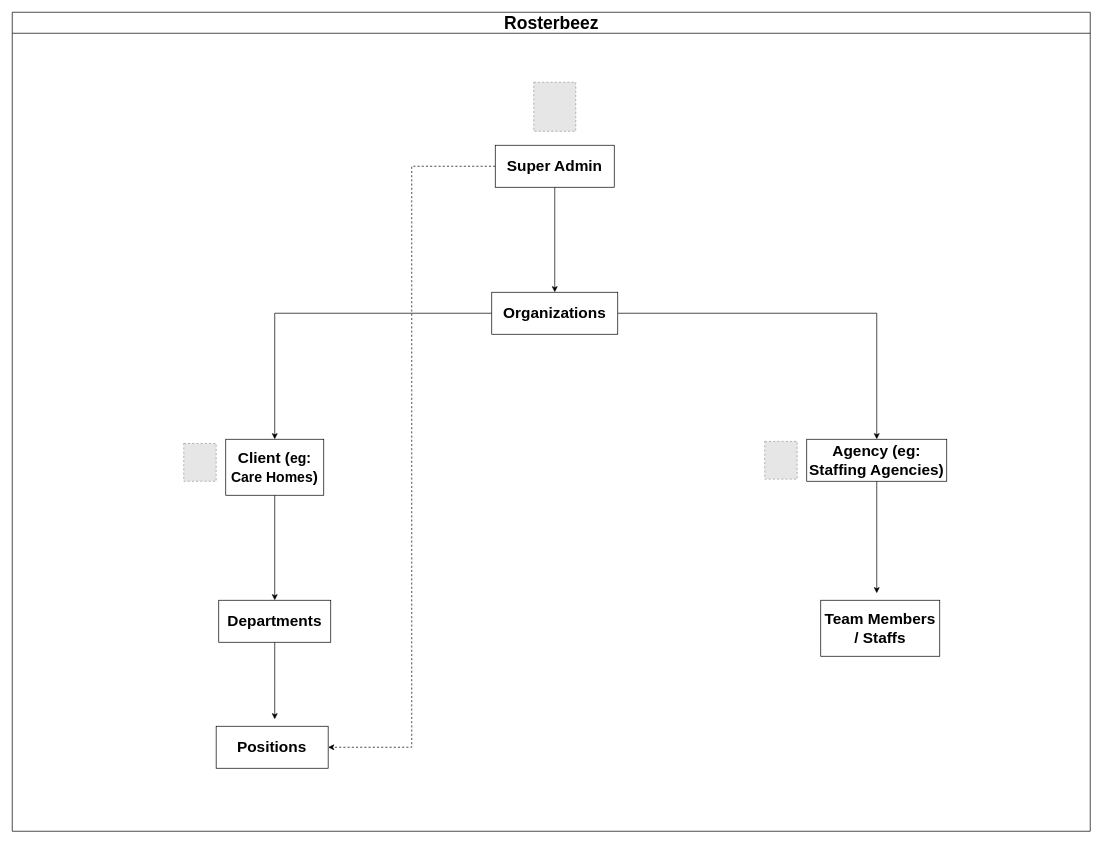
Above: page "Page-1" (1 of 2) of Rosterbeez.drawio in sachinjoseph26/diagrams (draw.io), before the change. Source tidied: cells renumbered, new cells numbered last; positions are measured from the earlier drawing's top-left corner, leaving out a move shared by most shapes. Both pictures are drawn from the tidied source at 70%, with x=0, y=0 at pixel (12, 12). Pictures stored in the file or linked from it are replaced by grey dashed boxes.
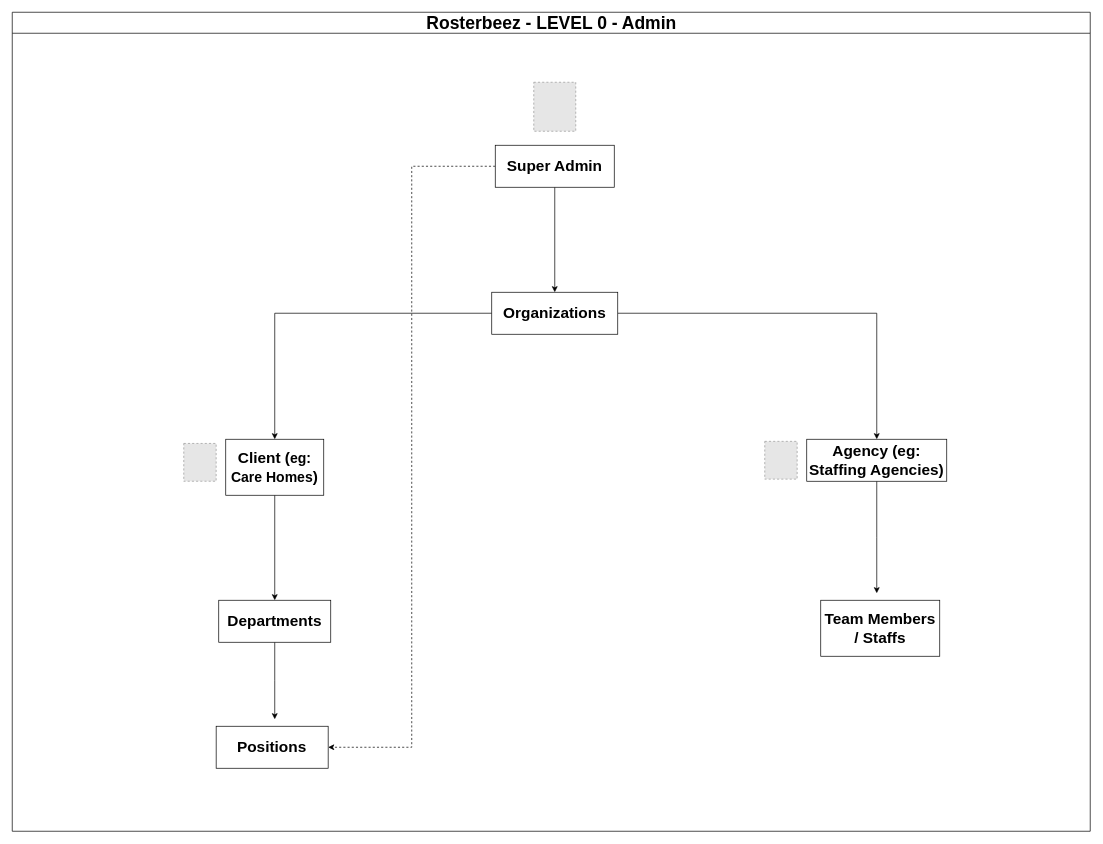
The same page after the edit.

Diff of the diagram source:
```diff
@@
-    <mxCell id="2" value="&lt;font style=&quot;font-size: 25px;&quot;&gt;Rosterbeez&lt;/font&gt;" style="swimlane;html=1;startSize=30;horizontal=1;containerType=tree;glass=0;labelBackgroundColor=none;" parent="1" vertex="1">
+    <mxCell id="2" value="&lt;font style=&quot;font-size: 25px;&quot;&gt;Rosterbeez - LEVEL 0 - Admin&lt;/font&gt;" style="swimlane;html=1;startSize=30;horizontal=1;containerType=tree;glass=0;labelBackgroundColor=none;" parent="1" vertex="1">
       <mxGeometry width="1540" height="1170" as="geometry" />
     </mxCell>
```
